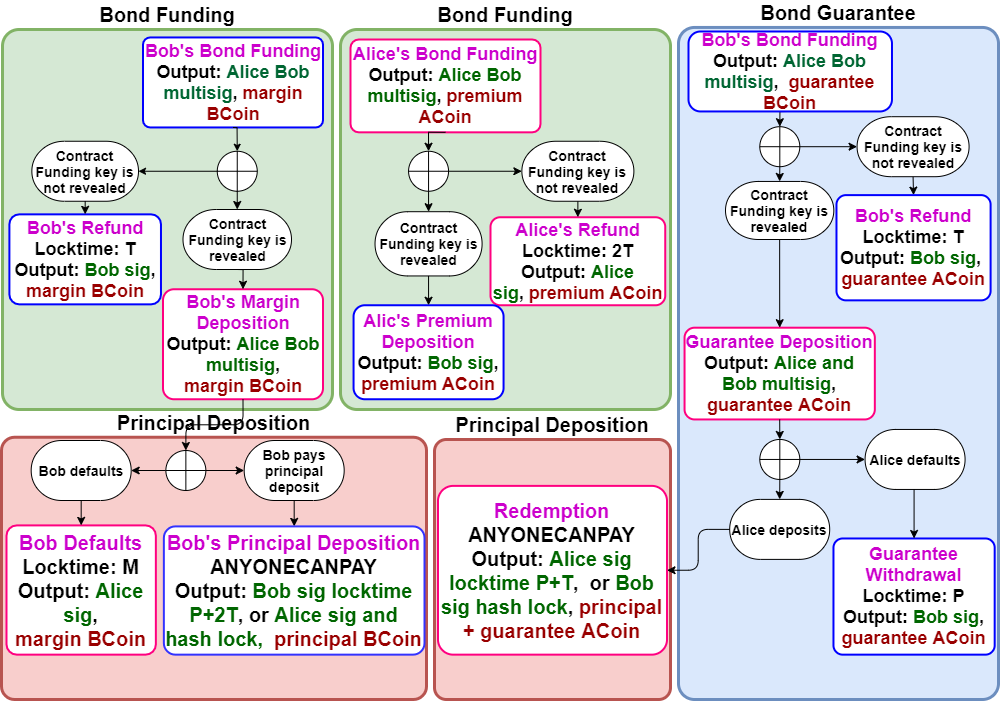
This is figures/ABCDfateme2.png from incentivus/articles, a draw.io export, as it was before one commit. Source tidied: cells renumbered, new cells last; positions are measured from the earlier drawing's top-left corner, leaving out a move shared by most shapes.
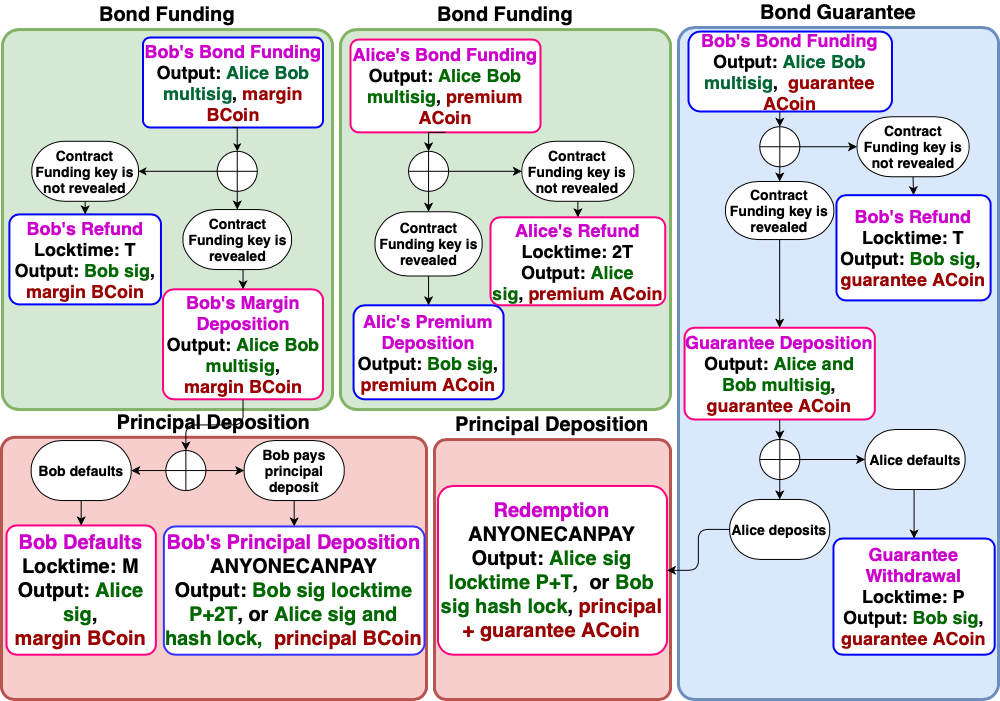
After the commit.

What changed in the source:
```diff
@@ -3,19 +3,19 @@
     <mxCell id="0" />
     <mxCell id="1" parent="0" />
     <mxCell id="2" value="&lt;font color=&quot;#000000&quot;&gt;&lt;b&gt;Principal Deposition&lt;/b&gt;&lt;/font&gt;" style="rounded=1;whiteSpace=wrap;html=1;labelPosition=center;verticalLabelPosition=top;align=center;verticalAlign=bottom;fontSize=20;strokeWidth=3;fillColor=#f8cecc;strokeColor=#b85450;arcSize=5;" parent="1" vertex="1">
-      <mxGeometry x="433" y="412" width="236" height="260" as="geometry" />
+      <mxGeometry x="433" y="412.1" width="236" height="260" as="geometry" />
     </mxCell>
     <mxCell id="3" value="&lt;font color=&quot;#000000&quot;&gt;&lt;b&gt;Principal Deposition&lt;/b&gt;&lt;/font&gt;" style="rounded=1;whiteSpace=wrap;html=1;labelPosition=center;verticalLabelPosition=top;align=center;verticalAlign=bottom;fontSize=20;strokeWidth=3;fillColor=#f8cecc;strokeColor=#b85450;arcSize=5;" parent="1" vertex="1">
       <mxGeometry y="409.8" width="425" height="262.2" as="geometry" />
     </mxCell>
     <mxCell id="4" value="&lt;font color=&quot;#000000&quot;&gt;&lt;b&gt;Bond Funding&lt;/b&gt;&lt;/font&gt;" style="rounded=1;whiteSpace=wrap;html=1;labelPosition=center;verticalLabelPosition=top;align=center;verticalAlign=bottom;fontSize=20;strokeWidth=3;fillColor=#d5e8d4;strokeColor=#82b366;fontColor=#FF0080;arcSize=5;" parent="1" vertex="1">
-      <mxGeometry x="339" y="2" width="330" height="380" as="geometry" />
+      <mxGeometry x="339" y="2.1" width="330" height="380" as="geometry" />
     </mxCell>
     <mxCell id="5" value="&lt;font color=&quot;#000000&quot;&gt;&lt;b&gt;Bond Funding&lt;/b&gt;&lt;/font&gt;" style="rounded=1;whiteSpace=wrap;html=1;labelPosition=center;verticalLabelPosition=top;align=center;verticalAlign=bottom;fontSize=20;strokeWidth=3;fillColor=#d5e8d4;strokeColor=#82b366;fontColor=#FF0080;arcSize=5;" parent="1" vertex="1">
-      <mxGeometry x="1" y="2" width="330" height="380" as="geometry" />
+      <mxGeometry x="1" y="2.1" width="330" height="380" as="geometry" />
     </mxCell>
     <mxCell id="6" value="&lt;b style=&quot;font-size: 18px&quot;&gt;&lt;font color=&quot;#cc00cc&quot; style=&quot;font-size: 18px&quot;&gt;Alice's Bond Funding&lt;/font&gt;&lt;br&gt;Output: &lt;font color=&quot;#006600&quot; style=&quot;font-size: 18px&quot;&gt;Alice Bob multisig&lt;/font&gt;, &lt;font color=&quot;#990000&quot; style=&quot;font-size: 18px&quot;&gt;premium ACoin&lt;/font&gt;&lt;/b&gt;" style="rounded=1;whiteSpace=wrap;html=1;strokeWidth=2;strokeColor=#FF0080;arcSize=9;" parent="1" vertex="1">
-      <mxGeometry x="349" y="12" width="190" height="92.8" as="geometry" />
+      <mxGeometry x="349" y="12.1" width="190" height="92.8" as="geometry" />
     </mxCell>
     <mxCell id="7" style="shape=orEllipse;perimeter=ellipsePerimeter;whiteSpace=wrap;html=1;backgroundOutline=1;" parent="1" vertex="1">
       <mxGeometry x="407.1" y="123.8" width="40" height="40" as="geometry" />
@@ -39,7 +39,7 @@
       <mxGeometry relative="1" as="geometry" />
     </mxCell>
     <mxCell id="14" style="shape=orEllipse;perimeter=ellipsePerimeter;whiteSpace=wrap;html=1;backgroundOutline=1;" parent="1" vertex="1">
-      <mxGeometry x="164.4" y="423" width="40" height="40" as="geometry" />
+      <mxGeometry x="164.4" y="423.1" width="40" height="40" as="geometry" />
     </mxCell>
     <mxCell id="15" style="edgeStyle=orthogonalEdgeStyle;rounded=1;jettySize=auto;html=1;exitX=0.5;exitY=1;exitDx=0;exitDy=0;entryX=0.5;entryY=0;entryDx=0;entryDy=0;startArrow=none;startFill=0;endArrow=classic;endFill=1;" parent="1" edge="1" source="11" target="14">
       <mxGeometry relative="1" as="geometry" />
@@ -48,19 +48,19 @@
       <mxGeometry relative="1" as="geometry" />
     </mxCell>
     <mxCell id="17" value="&lt;b&gt;&lt;font style=&quot;font-size: 14px&quot;&gt;Bob pays principal deposit&lt;/font&gt;&lt;/b&gt;" style="strokeWidth=1;html=1;shape=mxgraph.flowchart.terminator;whiteSpace=wrap;" parent="1" vertex="1">
-      <mxGeometry x="242.7" y="413" width="100" height="60" as="geometry" />
+      <mxGeometry x="242.7" y="413.1" width="100" height="60" as="geometry" />
     </mxCell>
     <mxCell id="18" value="&lt;b&gt;&lt;font style=&quot;font-size: 14px&quot;&gt;Bob defaults&lt;/font&gt;&lt;/b&gt;" style="strokeWidth=1;html=1;shape=mxgraph.flowchart.terminator;whiteSpace=wrap;" parent="1" vertex="1">
-      <mxGeometry x="29.7" y="413" width="100" height="60" as="geometry" />
+      <mxGeometry x="29.7" y="413.1" width="100" height="60" as="geometry" />
     </mxCell>
     <mxCell id="19" value="&lt;b style=&quot;font-size: 20px&quot;&gt;&lt;span style=&quot;color: rgb(204 , 0 , 204)&quot;&gt;Bob Defaults&lt;/span&gt;&lt;br&gt;Locktime: M&lt;br&gt;Output: &lt;font color=&quot;#006600&quot; style=&quot;font-size: 20px&quot;&gt;Alice sig&lt;/font&gt;, &lt;font color=&quot;#990000&quot; style=&quot;font-size: 20px&quot;&gt;margin&lt;/font&gt;&amp;nbsp;&lt;span style=&quot;color: rgb(153 , 0 , 0)&quot;&gt;BCoin&lt;/span&gt;&lt;/b&gt;" style="rounded=1;whiteSpace=wrap;html=1;strokeWidth=2;align=center;strokeColor=#FF0080;arcSize=8;" parent="1" vertex="1">
-      <mxGeometry x="5" y="497.9" width="149.4" height="129.2" as="geometry" />
+      <mxGeometry x="5" y="498" width="149.4" height="129.2" as="geometry" />
     </mxCell>
     <mxCell id="20" style="edgeStyle=orthogonalEdgeStyle;rounded=0;jettySize=auto;html=1;exitX=0.5;exitY=1;exitDx=0;exitDy=0;exitPerimeter=0;entryX=0.5;entryY=0;entryDx=0;entryDy=0;" parent="1" edge="1" source="18" target="19">
       <mxGeometry relative="1" as="geometry" />
     </mxCell>
     <mxCell id="21" value="&lt;font style=&quot;font-size: 20px&quot;&gt;&lt;b&gt;&lt;span style=&quot;color: rgb(204 , 0 , 204)&quot;&gt;Bob's Principal Deposition&lt;/span&gt;&lt;br&gt;ANYONECANPAY&lt;br&gt;Output: &lt;font color=&quot;#006600&quot; style=&quot;font-size: 20px&quot;&gt;&lt;span&gt;Bob sig locktime P+2T&lt;/span&gt;&lt;/font&gt;, or&amp;nbsp;&lt;/b&gt;&lt;b&gt;&lt;font color=&quot;#006600&quot; style=&quot;font-size: 20px&quot;&gt;Alice sig and hash lock,&amp;nbsp;&lt;/font&gt;&lt;/b&gt;&lt;b&gt;&amp;nbsp;&lt;font color=&quot;#990000&quot; style=&quot;font-size: 20px&quot;&gt;principal&lt;/font&gt;&lt;span style=&quot;color: rgb(153 , 0 , 0)&quot;&gt;&amp;nbsp;BCoin&lt;/span&gt;&lt;/b&gt;&lt;/font&gt;" style="rounded=1;whiteSpace=wrap;html=1;strokeColor=#3333FF;strokeWidth=2;align=center;arcSize=9;" parent="1" vertex="1">
-      <mxGeometry x="162.4" y="498.9" width="260.6" height="128.2" as="geometry" />
+      <mxGeometry x="162.4" y="499" width="260.6" height="128.2" as="geometry" />
     </mxCell>
     <mxCell id="22" value="&lt;div style=&quot;font-size: 20px&quot;&gt;&lt;b&gt;&lt;font style=&quot;font-size: 20px&quot;&gt;&lt;span style=&quot;color: rgb(204 , 0 , 204)&quot;&gt;Redemption&lt;/span&gt;&lt;br&gt;&lt;/font&gt;&lt;/b&gt;&lt;/div&gt;&lt;div style=&quot;font-size: 20px&quot;&gt;&lt;b&gt;&lt;font style=&quot;font-size: 20px&quot;&gt;ANYONECANPAY&lt;/font&gt;&lt;/b&gt;&lt;/div&gt;&lt;div style=&quot;font-size: 20px&quot;&gt;&lt;div&gt;&lt;font style=&quot;font-size: 20px&quot;&gt;&lt;b&gt;Output:&amp;nbsp;&lt;/b&gt;&lt;b&gt;&lt;font color=&quot;#006600&quot; style=&quot;font-size: 20px&quot;&gt;Alice sig locktime P+T&lt;/font&gt;, &lt;/b&gt;&lt;b style=&quot;color: rgb(153 , 0 , 0)&quot;&gt;&amp;nbsp;&lt;/b&gt;&lt;b&gt;or&amp;nbsp;&lt;/b&gt;&lt;b&gt;&lt;font color=&quot;#006600&quot; style=&quot;font-size: 20px&quot;&gt;Bob sig hash lock&lt;/font&gt;,&amp;nbsp;&lt;font color=&quot;#990000&quot; style=&quot;font-size: 20px&quot;&gt;principal +&amp;nbsp;&lt;/font&gt;&lt;/b&gt;&lt;font color=&quot;#990000&quot; style=&quot;font-size: 20px&quot;&gt;&lt;b&gt;guarantee&amp;nbsp;&lt;/b&gt;&lt;/font&gt;&lt;b style=&quot;color: rgb(153 , 0 , 0)&quot;&gt;ACoin&lt;/b&gt;&lt;/font&gt;&lt;/div&gt;&lt;/div&gt;" style="rounded=1;whiteSpace=wrap;html=1;strokeWidth=2;align=center;strokeColor=#FF0080;arcSize=9;" parent="1" vertex="1">
       <mxGeometry x="436.5" y="458.4" width="229" height="168.8" as="geometry" />
@@ -87,7 +87,7 @@
       <mxGeometry relative="1" as="geometry" />
     </mxCell>
     <mxCell id="30" value="&lt;b&gt;&lt;font style=&quot;font-size: 14px&quot;&gt;Contract Funding key is revealed&lt;/font&gt;&lt;/b&gt;" style="strokeWidth=1;html=1;shape=mxgraph.flowchart.terminator;whiteSpace=wrap;" parent="1" vertex="1">
-      <mxGeometry x="181.5" y="182" width="108.5" height="60" as="geometry" />
+      <mxGeometry x="181.5" y="182.1" width="108.5" height="60" as="geometry" />
     </mxCell>
     <mxCell id="31" style="edgeStyle=orthogonalEdgeStyle;rounded=0;jettySize=auto;html=1;exitX=0.5;exitY=1;exitDx=0;exitDy=0;entryX=0.5;entryY=0;entryDx=0;entryDy=0;entryPerimeter=0;endArrow=classic;endFill=1;" parent="1" edge="1" source="27" target="30">
       <mxGeometry relative="1" as="geometry" />
@@ -114,7 +114,7 @@
       <mxGeometry relative="1" as="geometry" />
     </mxCell>
     <mxCell id="39" value="&lt;font color=&quot;#000000&quot;&gt;&lt;b&gt;Bond Guarantee&lt;/b&gt;&lt;/font&gt;" style="rounded=1;whiteSpace=wrap;html=1;labelPosition=center;verticalLabelPosition=top;align=center;verticalAlign=bottom;fontSize=20;strokeWidth=3;fillColor=#dae8fc;strokeColor=#6c8ebf;arcSize=5;" parent="1" vertex="1">
-      <mxGeometry x="677" y="-0.1" width="320" height="672" as="geometry" />
+      <mxGeometry x="677" width="320" height="672" as="geometry" />
     </mxCell>
     <mxCell id="40" value="&lt;b&gt;&lt;font style=&quot;font-size: 14px&quot;&gt;Alice defaults&lt;/font&gt;&lt;/b&gt;" style="strokeWidth=1;html=1;shape=mxgraph.flowchart.terminator;whiteSpace=wrap;" parent="1" vertex="1">
       <mxGeometry x="863.6" y="402" width="100" height="60" as="geometry" />
@@ -151,8 +151,8 @@
     <mxCell id="50" style="edgeStyle=orthogonalEdgeStyle;rounded=0;jettySize=auto;html=1;exitX=0.5;exitY=1;exitDx=0;exitDy=0;entryX=0.5;entryY=0;entryDx=0;entryDy=0;startArrow=none;startFill=0;endArrow=classic;endFill=1;strokeColor=#000000;strokeWidth=1;fontSize=14;" parent="1" edge="1" source="51" target="56">
       <mxGeometry relative="1" as="geometry" />
     </mxCell>
-    <mxCell id="51" value="&lt;b style=&quot;font-size: 18px&quot;&gt;&lt;font color=&quot;#cc00cc&quot; style=&quot;font-size: 18px&quot;&gt;Bob's Bond Funding&lt;/font&gt;&lt;br&gt;Output: &lt;font color=&quot;#006633&quot; style=&quot;font-size: 18px&quot;&gt;Alice Bob multisig&lt;/font&gt;, &lt;font color=&quot;#990000&quot; style=&quot;font-size: 18px&quot;&gt;&amp;nbsp;guarantee BCoin&lt;/font&gt;&lt;/b&gt;" style="rounded=1;whiteSpace=wrap;html=1;strokeWidth=2;strokeColor=#0000FF;" parent="1" vertex="1">
-      <mxGeometry x="687" y="4" width="203.5" height="80" as="geometry" />
+    <mxCell id="51" value="&lt;b style=&quot;font-size: 18px&quot;&gt;&lt;font color=&quot;#cc00cc&quot; style=&quot;font-size: 18px&quot;&gt;Bob's Bond Funding&lt;/font&gt;&lt;br&gt;Output: &lt;font color=&quot;#006633&quot; style=&quot;font-size: 18px&quot;&gt;Alice Bob multisig&lt;/font&gt;, &lt;font color=&quot;#990000&quot; style=&quot;font-size: 18px&quot;&gt;&amp;nbsp;guarantee ACoin&lt;/font&gt;&lt;/b&gt;" style="rounded=1;whiteSpace=wrap;html=1;strokeWidth=2;strokeColor=#0000FF;" parent="1" vertex="1">
+      <mxGeometry x="687" y="4.1" width="203.5" height="80" as="geometry" />
     </mxCell>
     <mxCell id="52" style="edgeStyle=orthogonalEdgeStyle;rounded=0;jettySize=auto;html=1;exitX=1;exitY=0.5;exitDx=0;exitDy=0;entryX=0;entryY=0.5;entryDx=0;entryDy=0;entryPerimeter=0;startArrow=none;startFill=0;endArrow=classic;endFill=1;fontSize=25;fontColor=#007FFF;" parent="1" edge="1" source="56" target="58">
       <mxGeometry relative="1" as="geometry" />
@@ -176,7 +176,7 @@
       <mxGeometry x="855.6" y="89.2" width="112" height="60" as="geometry" />
     </mxCell>
     <mxCell id="59" value="&lt;b style=&quot;font-size: 18px&quot;&gt;&lt;font color=&quot;#cc00cc&quot;&gt;Bob's Refund&lt;/font&gt;&lt;br&gt;Locktime: T&lt;br&gt;Output:&amp;nbsp;&lt;font color=&quot;#006600&quot;&gt;Bob sig&lt;/font&gt;,&amp;nbsp;&lt;br&gt;&lt;font color=&quot;#990000&quot;&gt;guarantee&lt;/font&gt;&lt;span style=&quot;color: rgb(153 , 0 , 0)&quot;&gt;&amp;nbsp;ACoin&lt;/span&gt;&lt;/b&gt;" style="rounded=1;whiteSpace=wrap;html=1;strokeWidth=2;strokeColor=#0000FF;arcSize=9;" parent="1" vertex="1">
-      <mxGeometry x="835" y="167.6" width="154.1" height="105.2" as="geometry" />
+      <mxGeometry x="835" y="167.7" width="154.1" height="105.2" as="geometry" />
     </mxCell>
   </root>
 </mxGraphModel>
```
